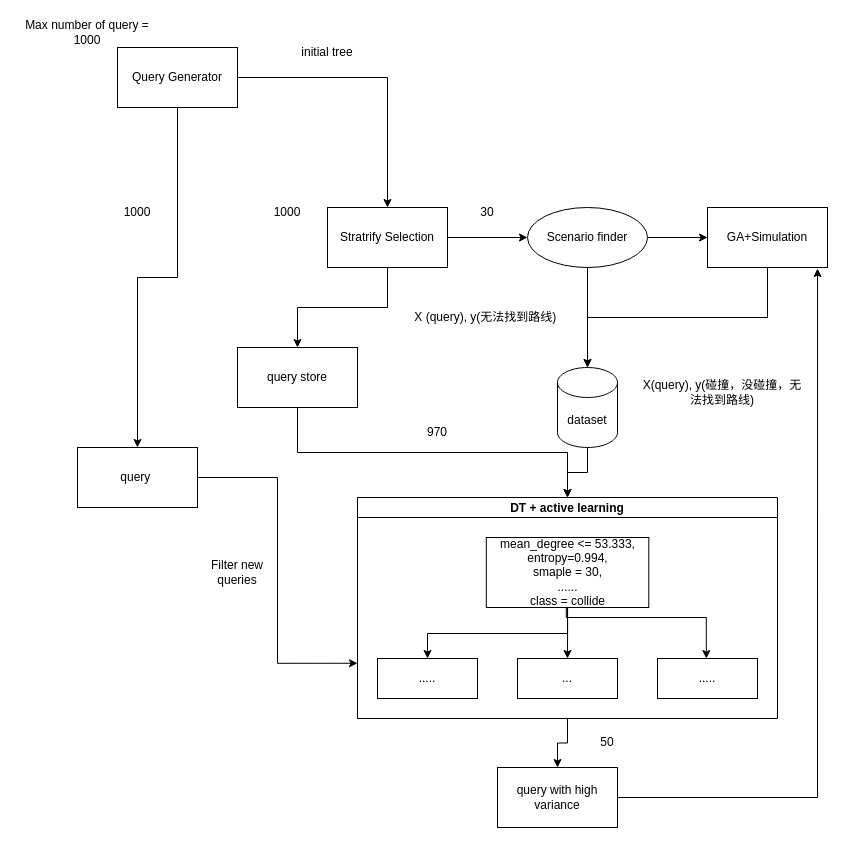
Before: dt Diagram.drawio in xli149/ADAS, a draw.io diagram. Source tidied: cells renumbered, new cells numbered last; positions are measured from the earlier drawing's top-left corner, leaving out a move shared by most shapes. Both pictures are drawn from the tidied source at 100%, with x=0, y=0 at pixel (17, 17).
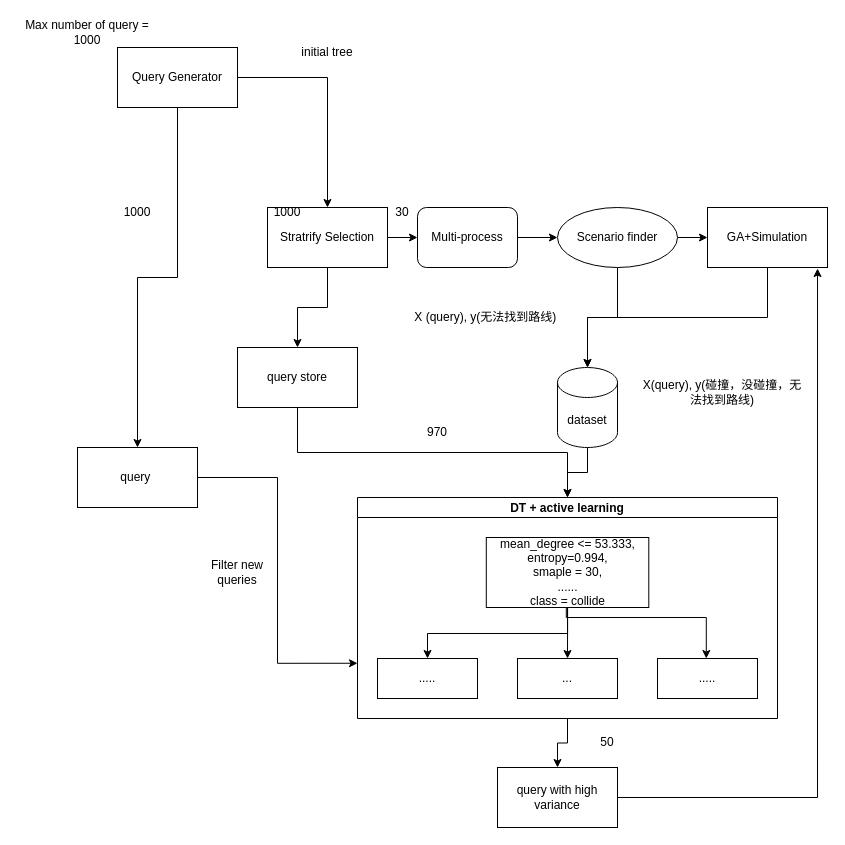
After the change.

The edit, as a diff of the source:
```diff
@@
-    <mxCell id="5" style="edgeStyle=orthogonalEdgeStyle;rounded=0;jettySize=auto;html=1;" parent="1" edge="1" source="7" target="17">
-      <mxGeometry relative="1" as="geometry" />
-    </mxCell>
@@
+    <mxCell id="40" style="edgeStyle=orthogonalEdgeStyle;rounded=0;jettySize=auto;html=1;" parent="1" edge="1" source="7" target="42">
+      <mxGeometry relative="1" as="geometry" />
+    </mxCell>
     <mxCell id="7" value="Stratrify Selection" style="whiteSpace=wrap;html=1;rounded=0;" parent="1" vertex="1">
-      <mxGeometry x="310" y="190" width="120" height="60" as="geometry" />
+      <mxGeometry x="250" y="190" width="120" height="60" as="geometry" />
     </mxCell>
@@
     <mxCell id="11" value="30" style="text;html=1;strokeColor=none;fillColor=none;align=center;verticalAlign=middle;whiteSpace=wrap;rounded=0;" parent="1" vertex="1">
-      <mxGeometry x="440" y="180" width="60" height="30" as="geometry" />
+      <mxGeometry x="355" y="180" width="60" height="30" as="geometry" />
     </mxCell>
@@
     <mxCell id="17" value="Scenario finder" style="ellipse;whiteSpace=wrap;html=1;rounded=0;" parent="1" vertex="1">
-      <mxGeometry x="510" y="190" width="120" height="60" as="geometry" />
+      <mxGeometry x="540" y="190" width="120" height="60" as="geometry" />
     </mxCell>
@@
+    <mxCell id="41" style="edgeStyle=orthogonalEdgeStyle;rounded=0;jettySize=auto;html=1;" parent="1" edge="1" source="42" target="17">
+      <mxGeometry relative="1" as="geometry" />
+    </mxCell>
+    <mxCell id="42" value="Multi-process" style="rounded=1;whiteSpace=wrap;html=1;" parent="1" vertex="1">
+      <mxGeometry x="400" y="190" width="100" height="60" as="geometry" />
+    </mxCell>
```
